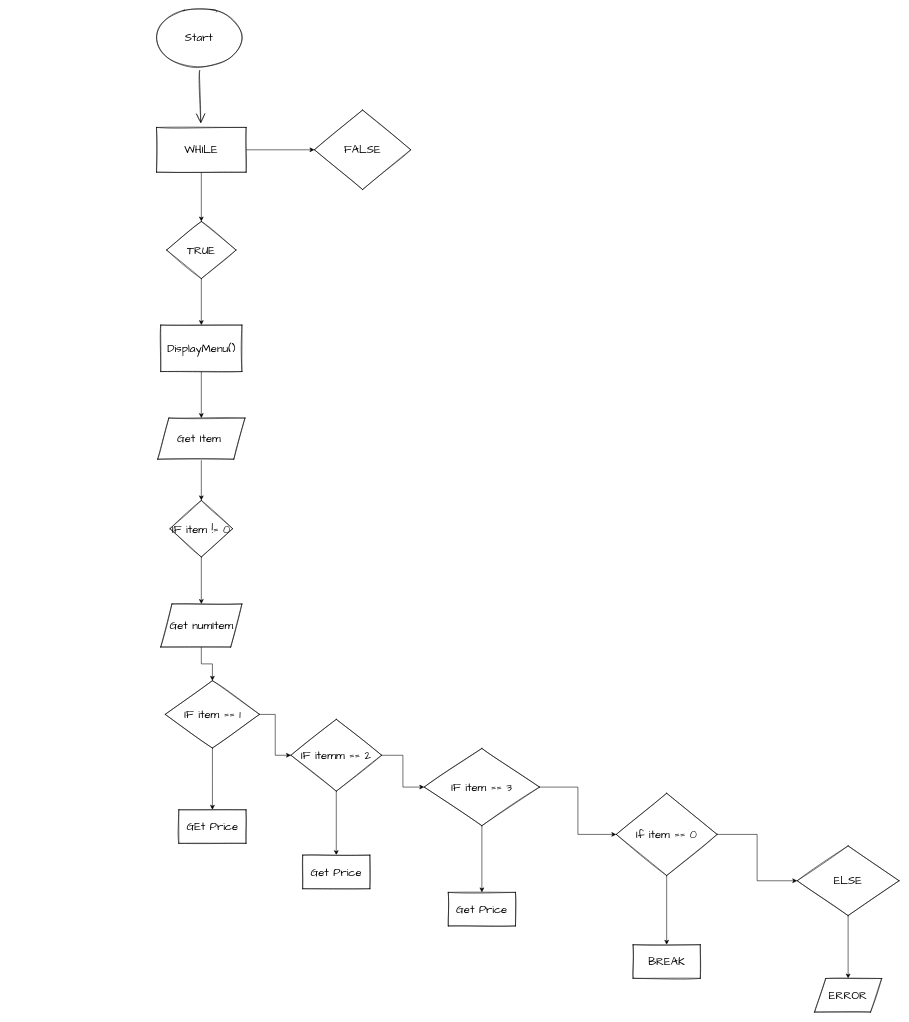
Earlier version of the draw.io diagram Untitled Diagram.drawio (don1997/CSCI1010-Project-1-Fast-Food-Checkout). Source tidied: cells renumbered, new cells numbered last; positions are measured from the earlier drawing's top-left corner, leaving out a move shared by most shapes. Both pictures are drawn from the tidied source at 56%, with x=0, y=0 at pixel (154, 10).
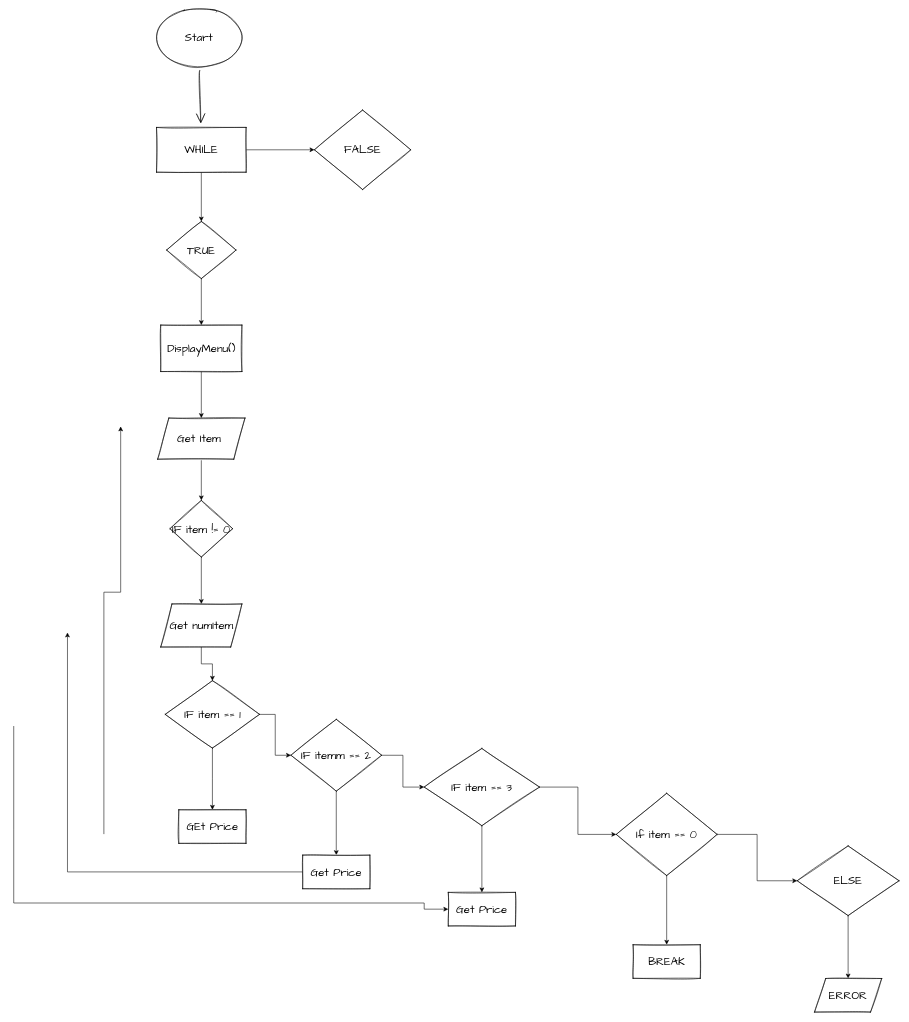
The same diagram, later.

The change refers to these unchanged cells:
```xml
<mxCell id="28" value="Get Price" style="whiteSpace=wrap;html=1;rounded=0;fontFamily=Architects Daughter;fontSize=20;sketch=1;hachureGap=4;" parent="1" vertex="1">
  <mxGeometry x="265" y="1509.5" width="120" height="60" as="geometry" />
</mxCell>
<mxCell id="29" value="Get Price" style="whiteSpace=wrap;html=1;rounded=0;fontFamily=Architects Daughter;fontSize=20;sketch=1;hachureGap=4;" parent="1" vertex="1">
  <mxGeometry x="525" y="1576" width="120" height="60" as="geometry" />
</mxCell>
```

The edit, as a diff of the source:
```diff
@@
+    <mxCell id="37" style="edgeStyle=elbowEdgeStyle;elbow=vertical;endArrow=classic;html=1;rounded=0;" parent="1" edge="1">
+      <mxGeometry relative="1" as="geometry">
+        <mxPoint x="-90" y="1472" as="sourcePoint" />
+        <mxPoint x="-60" y="744" as="targetPoint" />
+        <Array as="points">
+          <mxPoint x="-149" y="1040" />
+        </Array>
+      </mxGeometry>
+    </mxCell>
+    <mxCell id="38" style="edgeStyle=segmentEdgeStyle;endArrow=classic;html=1;rounded=0;" parent="1" edge="1" source="28">
+      <mxGeometry relative="1" as="geometry">
+        <mxPoint x="-155" y="1112" as="targetPoint" />
+      </mxGeometry>
+    </mxCell>
+    <mxCell id="39" style="edgeStyle=segmentEdgeStyle;endArrow=classic;html=1;rounded=0;entryX=0;entryY=0.5;entryDx=0;entryDy=0;" parent="1" edge="1" target="29">
+      <mxGeometry relative="1" as="geometry">
+        <mxPoint x="-251" y="1279" as="sourcePoint" />
+        <Array as="points">
+          <mxPoint x="-251" y="1463" />
+          <mxPoint x="-251" y="1595" />
+          <mxPoint x="482" y="1595" />
+          <mxPoint x="482" y="1606" />
+        </Array>
+      </mxGeometry>
+    </mxCell>
```
